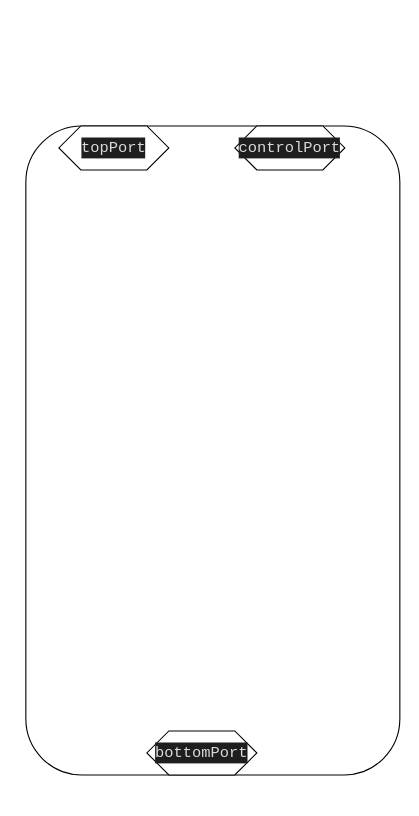
The draw.io diagram doc/rob.drawio in Taoger-Xu/mgpusim, before the edit. Source tidied: cells renumbered, new cells numbered last; positions are measured from the earlier drawing's top-left corner, leaving out a move shared by most shapes. Both pictures are drawn from the tidied source at 110%, with x=0, y=0 at pixel (25, 125).
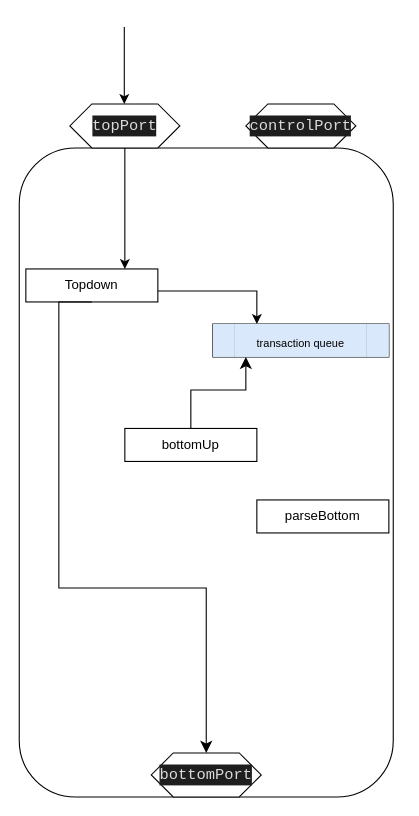
After the change.

The edit, as a diff of the source:
```diff
@@
     <mxCell id="2" style="rounded=1;whiteSpace=wrap;html=1;" parent="1" vertex="1">
-      <mxGeometry width="340" height="590" as="geometry" />
+      <mxGeometry x="-6" y="20" width="340" height="590" as="geometry" />
     </mxCell>
     <mxCell id="3" value="&lt;div style=&quot;color: rgb(218, 218, 218); background-color: rgb(30, 30, 30); font-family: Consolas, &amp;quot;Courier New&amp;quot;, monospace; font-size: 14px; line-height: 19px; white-space: pre;&quot;&gt;topPort&lt;/div&gt;" style="shape=hexagon;perimeter=hexagonPerimeter2;whiteSpace=wrap;html=1;fixedSize=1;" parent="1" vertex="1">
-      <mxGeometry x="30" width="100" height="40" as="geometry" />
+      <mxGeometry x="40" y="-20" width="100" height="40" as="geometry" />
     </mxCell>
     <mxCell id="4" value="&lt;div style=&quot;color: rgb(218, 218, 218); background-color: rgb(30, 30, 30); font-family: Consolas, &amp;quot;Courier New&amp;quot;, monospace; font-size: 14px; line-height: 19px; white-space: pre;&quot;&gt;bottomPort&lt;/div&gt;" style="shape=hexagon;perimeter=hexagonPerimeter2;whiteSpace=wrap;html=1;fixedSize=1;" parent="1" vertex="1">
-      <mxGeometry x="110" y="550" width="100" height="40" as="geometry" />
+      <mxGeometry x="114" y="570" width="100" height="40" as="geometry" />
     </mxCell>
     <mxCell id="5" value="&lt;div style=&quot;color: rgb(218, 218, 218); background-color: rgb(30, 30, 30); font-family: Consolas, &amp;quot;Courier New&amp;quot;, monospace; font-size: 14px; line-height: 19px; white-space: pre;&quot;&gt;controlPort&lt;/div&gt;" style="shape=hexagon;perimeter=hexagonPerimeter2;whiteSpace=wrap;html=1;fixedSize=1;" parent="1" vertex="1">
-      <mxGeometry x="190" width="100" height="40" as="geometry" />
+      <mxGeometry x="200" y="-20" width="100" height="40" as="geometry" />
     </mxCell>
+    <mxCell id="6" style="shape=table;startSize=0;childLayout=tableLayout;fontSize=16;labelBackgroundColor=default;" parent="1" vertex="1">
+      <mxGeometry x="170" y="180" width="160" height="30" as="geometry" />
+    </mxCell>
+    <mxCell id="7" style="shape=tableRow;horizontal=0;startSize=0;swimlaneHead=0;swimlaneBody=0;strokeColor=inherit;top=0;left=0;bottom=0;right=0;fillColor=none;fontSize=16;" parent="6" vertex="1">
+      <mxGeometry width="160" height="30" as="geometry" />
+    </mxCell>
+    <mxCell id="8" style="shape=partialRectangle;html=1;whiteSpace=wrap;strokeColor=#6c8ebf;overflow=hidden;fillColor=#dae8fc;top=0;left=0;bottom=0;right=0;fontSize=16;" parent="7" vertex="1">
+      <mxGeometry width="20" height="30" as="geometry" />
+    </mxCell>
+    <mxCell id="9" value="&lt;font style=&quot;font-size: 10px;&quot;&gt;transaction queue&lt;/font&gt;" style="shape=partialRectangle;html=1;whiteSpace=wrap;strokeColor=#6c8ebf;overflow=hidden;fillColor=#dae8fc;top=0;left=0;bottom=0;right=0;fontSize=16;" parent="7" vertex="1">
+      <mxGeometry x="20" width="120" height="30" as="geometry" />
+    </mxCell>
+    <mxCell id="10" style="shape=partialRectangle;html=1;whiteSpace=wrap;strokeColor=#6c8ebf;overflow=hidden;fillColor=#dae8fc;top=0;left=0;bottom=0;right=0;fontSize=16;" parent="7" vertex="1">
+      <mxGeometry x="140" width="20" height="30" as="geometry" />
+    </mxCell>
+    <mxCell id="11" style="edgeStyle=orthogonalEdgeStyle;rounded=0;jettySize=auto;html=1;exitX=1;exitY=0.5;exitDx=0;exitDy=0;entryX=0.25;entryY=0;entryDx=0;entryDy=0;" parent="1" edge="1" target="6">
+      <mxGeometry relative="1" as="geometry">
+        <mxPoint x="114" y="130" as="sourcePoint" />
+        <Array as="points">
+          <mxPoint x="114" y="150" />
+          <mxPoint x="210" y="150" />
+        </Array>
+      </mxGeometry>
+    </mxCell>
+    <mxCell id="12" value="Topdown" style="rounded=0;whiteSpace=wrap;html=1;" parent="1" vertex="1">
+      <mxGeometry y="130" width="120" height="30" as="geometry" />
+    </mxCell>
+    <mxCell id="13" style="endArrow=classic;html=1;rounded=0;" parent="1" edge="1">
+      <mxGeometry relative="1" as="geometry">
+        <mxPoint x="89.5" y="-90" as="sourcePoint" />
+        <mxPoint x="89.5" y="-20" as="targetPoint" />
+      </mxGeometry>
+    </mxCell>
+    <mxCell id="14" style="edgeStyle=segmentEdgeStyle;endArrow=classic;html=1;curved=0;rounded=0;endSize=8;startSize=8;exitX=0.5;exitY=1;exitDx=0;exitDy=0;entryX=0.5;entryY=0;entryDx=0;entryDy=0;" parent="1" edge="1" source="12" target="4">
+      <mxGeometry relative="1" as="geometry">
+        <Array as="points">
+          <mxPoint x="30" y="160" />
+          <mxPoint x="30" y="420" />
+          <mxPoint x="164" y="420" />
+        </Array>
+      </mxGeometry>
+    </mxCell>
+    <mxCell id="15" value="parseBottom" style="rounded=0;whiteSpace=wrap;html=1;" parent="1" vertex="1">
+      <mxGeometry x="210" y="340" width="120" height="30" as="geometry" />
+    </mxCell>
+    <mxCell id="16" value="bottomUp" style="rounded=0;whiteSpace=wrap;html=1;" parent="1" vertex="1">
+      <mxGeometry x="90" y="275" width="120" height="30" as="geometry" />
+    </mxCell>
+    <mxCell id="17" style="edgeStyle=segmentEdgeStyle;endArrow=classic;html=1;curved=0;rounded=0;endSize=8;startSize=8;exitX=0.5;exitY=0;exitDx=0;exitDy=0;" parent="1" edge="1" source="16">
+      <mxGeometry relative="1" as="geometry">
+        <mxPoint x="200" y="210" as="targetPoint" />
+        <Array as="points">
+          <mxPoint x="150" y="240" />
+          <mxPoint x="200" y="240" />
+        </Array>
+      </mxGeometry>
+    </mxCell>
+    <mxCell id="18" style="endArrow=classic;html=1;rounded=0;" parent="1" edge="1" target="2">
+      <mxGeometry relative="1" as="geometry">
+        <mxPoint x="90" y="19.2" as="sourcePoint" />
+      </mxGeometry>
+    </mxCell>
+    <mxCell id="19" style="endArrow=classic;html=1;rounded=0;entryX=0.75;entryY=0;entryDx=0;entryDy=0;" parent="1" edge="1" target="12">
+      <mxGeometry relative="1" as="geometry">
+        <mxPoint x="90" y="50" as="sourcePoint" />
+        <Array as="points">
+          <mxPoint x="90" y="20" />
+          <mxPoint x="90" y="50" />
+        </Array>
+      </mxGeometry>
+    </mxCell>
```
